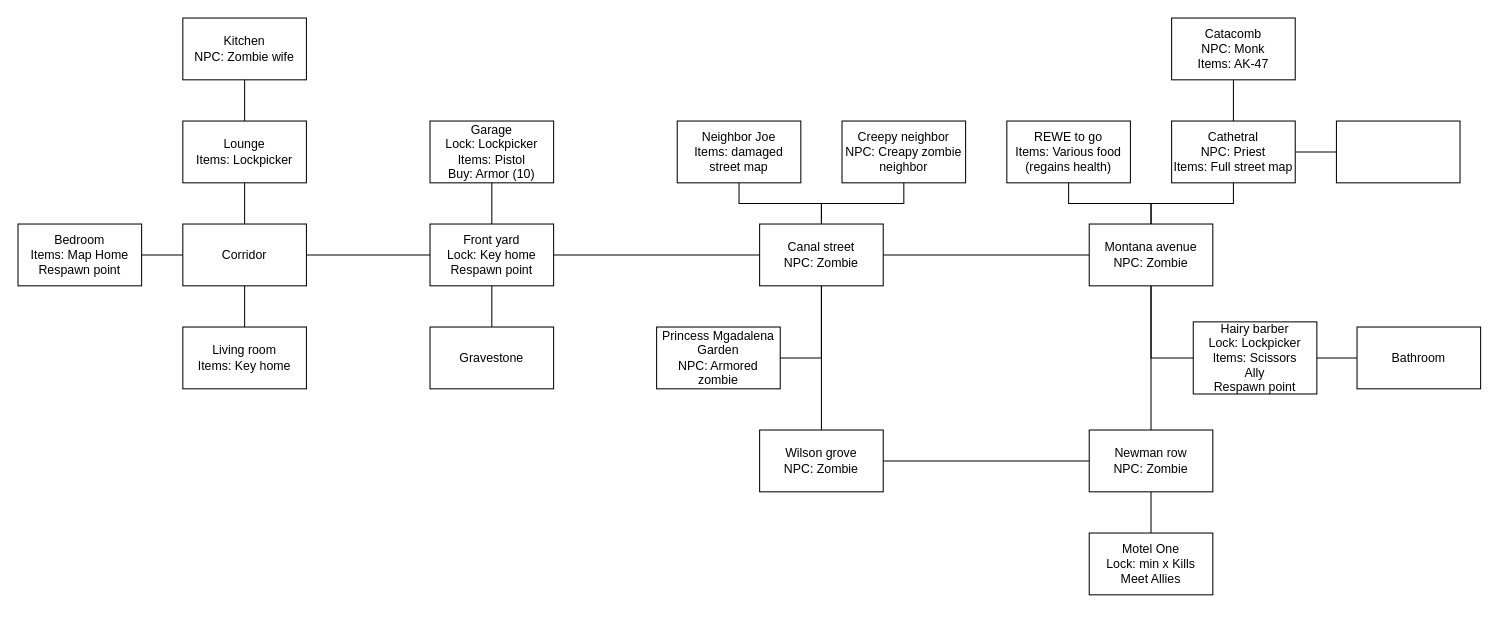
This is game_overview.drawio from a-waider/star-text-adventure, a draw.io file, before an edit. Source tidied: cells renumbered, new cells numbered last; positions are measured from the earlier drawing's top-left corner, leaving out a move shared by most shapes. Both pictures are drawn from the tidied source at 103%, with x=0, y=0 at pixel (18, 18).
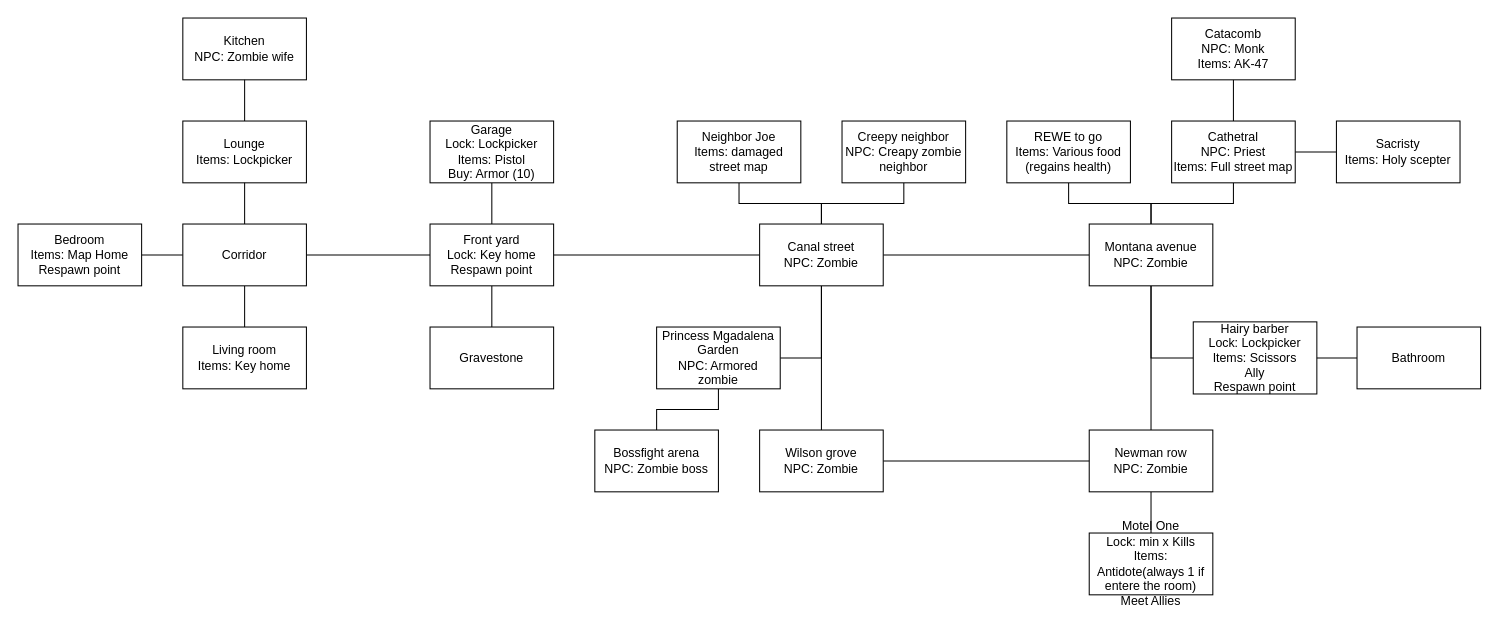
The same diagram, later.

The change refers to these unchanged cells:
```xml
<mxCell id="25" value="&lt;div&gt;Princess Mgadalena Garden&lt;/div&gt;&lt;div&gt;NPC: Armored zombie&lt;br&gt;&lt;/div&gt;" style="rounded=0;whiteSpace=wrap;html=1;" parent="1" vertex="1">
  <mxGeometry x="620" y="300" width="120" height="60" as="geometry" />
</mxCell>
```

Change to the diagram source:
```diff
@@
+    <mxCell id="46" style="edgeStyle=orthogonalEdgeStyle;rounded=0;jettySize=auto;html=1;entryX=0.5;entryY=0;entryDx=0;entryDy=0;endArrow=none;endFill=0;" parent="1" edge="1" source="25" target="47">
+      <mxGeometry relative="1" as="geometry" />
+    </mxCell>
@@
-    <mxCell id="42" value="&lt;div&gt;Motel One&lt;/div&gt;&lt;div&gt;Lock: min x Kills&lt;br&gt;&lt;/div&gt;&lt;div&gt;Meet Allies&lt;br&gt;&lt;/div&gt;" style="rounded=0;whiteSpace=wrap;html=1;" parent="1" vertex="1">
+    <mxCell id="42" value="&lt;div&gt;Motel One&lt;/div&gt;&lt;div&gt;Lock: min x Kills&lt;/div&gt;&lt;div&gt;Items: Antidote(always 1 if entere the room)&lt;br&gt;&lt;/div&gt;&lt;div&gt;Meet Allies&lt;br&gt;&lt;/div&gt;" style="rounded=0;whiteSpace=wrap;html=1;" parent="1" vertex="1">
       <mxGeometry x="1040" y="500" width="120" height="60" as="geometry" />
     </mxCell>
@@
-    <mxCell id="45" style="rounded=0;whiteSpace=wrap;html=1;" parent="1" vertex="1">
+    <mxCell id="45" value="&lt;div&gt;Sacristy&lt;/div&gt;&lt;div&gt;Items: Holy scepter&lt;br&gt;&lt;/div&gt;" style="rounded=0;whiteSpace=wrap;html=1;" parent="1" vertex="1">
       <mxGeometry x="1280" y="100" width="120" height="60" as="geometry" />
     </mxCell>
+    <mxCell id="47" value="&lt;div&gt;Bossfight arena&lt;/div&gt;&lt;div&gt;NPC: Zombie boss&lt;br&gt;&lt;/div&gt;" style="rounded=0;whiteSpace=wrap;html=1;" parent="1" vertex="1">
+      <mxGeometry x="560" y="400" width="120" height="60" as="geometry" />
+    </mxCell>
```
